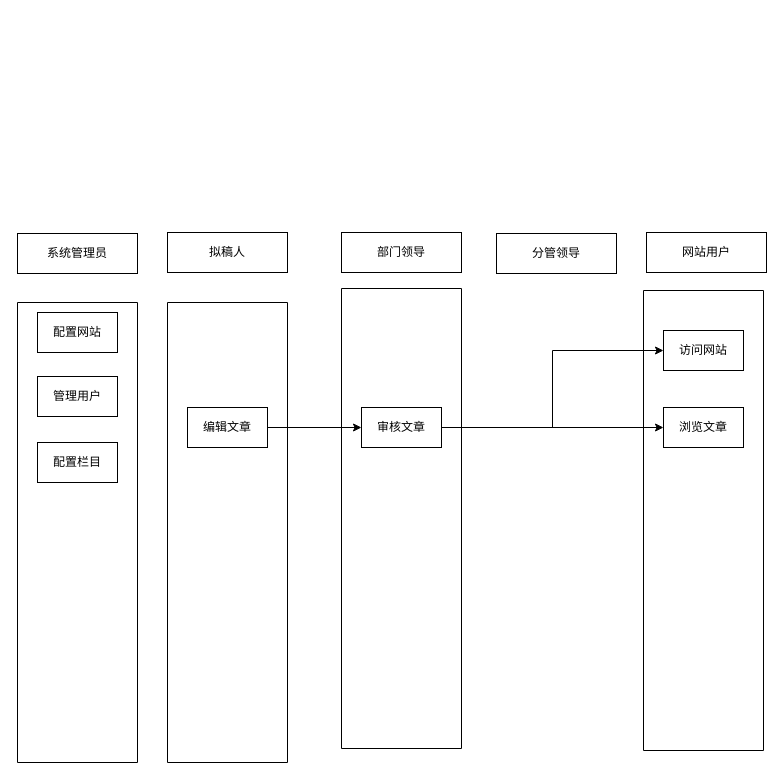
Above: 业务流程.drawio in zhangfengman/autoJs (draw.io), before the change. Source tidied: cells renumbered, new cells numbered last; positions are measured from the earlier drawing's top-left corner, leaving out a move shared by most shapes. Both pictures are drawn from the tidied source at 100%, with x=0, y=0 at pixel (17, 232).
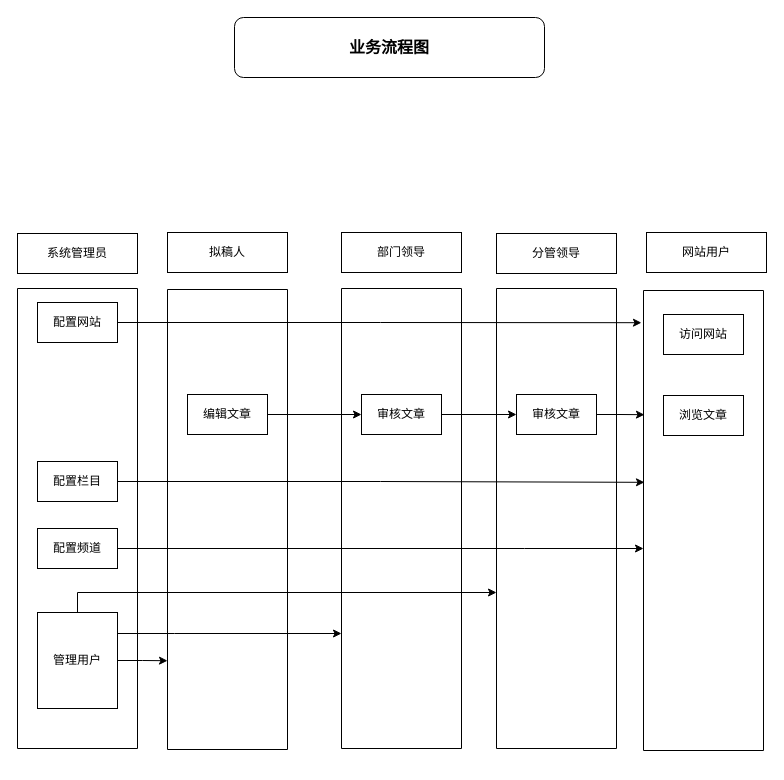
Above is the later version.

Commit message:
更新业务流程.drawio

Unchanged cells that the change refers to:
```xml
<mxCell id="2" style="swimlane;startSize=0;" parent="1" vertex="1">
  <mxGeometry x="324" y="56" width="120" height="460" as="geometry" />
</mxCell>
<mxCell id="7" style="swimlane;startSize=0;" parent="1" vertex="1">
  <mxGeometry x="626" y="58" width="120" height="460" as="geometry" />
</mxCell>
```

The edit, as a diff of the source:
```diff
@@
     <mxCell id="3" value="审核文章" style="rounded=0;whiteSpace=wrap;html=1;" parent="2" vertex="1">
-      <mxGeometry x="20" y="119" width="80" height="40" as="geometry" />
+      <mxGeometry x="20" y="106" width="80" height="40" as="geometry" />
     </mxCell>
@@
     <mxCell id="8" value="访问网站" style="rounded=0;whiteSpace=wrap;html=1;" parent="7" vertex="1">
-      <mxGeometry x="20" y="40" width="80" height="40" as="geometry" />
+      <mxGeometry x="20" y="24" width="80" height="40" as="geometry" />
     </mxCell>
     <mxCell id="9" value="浏览文章" style="rounded=0;whiteSpace=wrap;html=1;" parent="7" vertex="1">
-      <mxGeometry x="20" y="117" width="80" height="40" as="geometry" />
+      <mxGeometry x="20" y="105" width="80" height="40" as="geometry" />
     </mxCell>
     <mxCell id="10" style="swimlane;startSize=0;" parent="1" vertex="1">
-      <mxGeometry x="150" y="70" width="120" height="460" as="geometry" />
+      <mxGeometry x="150" y="57" width="120" height="460" as="geometry" />
     </mxCell>
@@
     <mxCell id="13" style="swimlane;startSize=0;" parent="1" vertex="1">
-      <mxGeometry y="70" width="120" height="460" as="geometry" />
+      <mxGeometry y="56" width="120" height="460" as="geometry" />
     </mxCell>
     <mxCell id="14" value="配置栏目" style="rounded=0;whiteSpace=wrap;html=1;" parent="13" vertex="1">
-      <mxGeometry x="20" y="140" width="80" height="40" as="geometry" />
+      <mxGeometry x="20" y="173" width="80" height="40" as="geometry" />
     </mxCell>
     <mxCell id="15" value="配置网站" style="rounded=0;whiteSpace=wrap;html=1;" parent="13" vertex="1">
-      <mxGeometry x="20" y="10" width="80" height="40" as="geometry" />
+      <mxGeometry x="20" y="14" width="80" height="40" as="geometry" />
     </mxCell>
     <mxCell id="16" value="管理用户" style="rounded=0;whiteSpace=wrap;html=1;" parent="13" vertex="1">
-      <mxGeometry x="20" y="74" width="80" height="40" as="geometry" />
+      <mxGeometry x="20" y="324" width="80" height="96" as="geometry" />
     </mxCell>
+    <mxCell id="21" value="配置频道" style="rounded=0;whiteSpace=wrap;html=1;" parent="13" vertex="1">
+      <mxGeometry x="20" y="240" width="80" height="40" as="geometry" />
+    </mxCell>
@@
-    <mxCell id="18" style="edgeStyle=orthogonalEdgeStyle;rounded=0;jettySize=auto;html=1;entryX=0;entryY=0.5;entryDx=0;entryDy=0;" parent="1" edge="1" source="3" target="8">
-      <mxGeometry relative="1" as="geometry" />
-    </mxCell>
-    <mxCell id="19" style="edgeStyle=orthogonalEdgeStyle;rounded=0;jettySize=auto;html=1;entryX=0;entryY=0.5;entryDx=0;entryDy=0;" parent="1" edge="1" source="3" target="9">
-      <mxGeometry relative="1" as="geometry" />
-    </mxCell>
@@
+    <mxCell id="22" value="审核文章" style="rounded=0;whiteSpace=wrap;html=1;" parent="1" vertex="1">
+      <mxGeometry x="499" y="162" width="80" height="40" as="geometry" />
+    </mxCell>
+    <mxCell id="23" style="swimlane;startSize=0;" parent="1" vertex="1">
+      <mxGeometry x="479" y="56" width="120" height="460" as="geometry" />
+    </mxCell>
+    <mxCell id="24" style="edgeStyle=orthogonalEdgeStyle;rounded=0;jettySize=auto;html=1;" parent="1" edge="1" source="3" target="22">
+      <mxGeometry relative="1" as="geometry" />
+    </mxCell>
+    <mxCell id="25" style="edgeStyle=orthogonalEdgeStyle;rounded=0;jettySize=auto;html=1;entryX=0.008;entryY=0.27;entryDx=0;entryDy=0;entryPerimeter=0;" parent="1" edge="1" source="22" target="7">
+      <mxGeometry relative="1" as="geometry" />
+    </mxCell>
+    <mxCell id="26" style="edgeStyle=orthogonalEdgeStyle;rounded=0;jettySize=auto;html=1;entryX=-0.017;entryY=0.07;entryDx=0;entryDy=0;entryPerimeter=0;" parent="1" edge="1" source="15" target="7">
+      <mxGeometry relative="1" as="geometry" />
+    </mxCell>
+    <mxCell id="27" style="edgeStyle=orthogonalEdgeStyle;rounded=0;jettySize=auto;html=1;entryX=0.008;entryY=0.417;entryDx=0;entryDy=0;entryPerimeter=0;" parent="1" edge="1" source="14" target="7">
+      <mxGeometry relative="1" as="geometry" />
+    </mxCell>
+    <mxCell id="28" style="edgeStyle=orthogonalEdgeStyle;rounded=0;jettySize=auto;html=1;" parent="1" edge="1" source="21" target="7">
+      <mxGeometry relative="1" as="geometry">
+        <Array as="points">
+          <mxPoint x="507" y="316" />
+          <mxPoint x="507" y="316" />
+        </Array>
+      </mxGeometry>
+    </mxCell>
+    <mxCell id="29" style="edgeStyle=orthogonalEdgeStyle;rounded=0;jettySize=auto;html=1;" parent="1" edge="1" source="16" target="23">
+      <mxGeometry relative="1" as="geometry">
+        <Array as="points">
+          <mxPoint x="60" y="360" />
+        </Array>
+      </mxGeometry>
+    </mxCell>
+    <mxCell id="30" style="edgeStyle=orthogonalEdgeStyle;rounded=0;jettySize=auto;html=1;entryX=0;entryY=0.75;entryDx=0;entryDy=0;" parent="1" edge="1" source="16" target="2">
+      <mxGeometry relative="1" as="geometry">
+        <Array as="points">
+          <mxPoint x="157" y="401" />
+          <mxPoint x="157" y="401" />
+        </Array>
+      </mxGeometry>
+    </mxCell>
+    <mxCell id="31" style="edgeStyle=orthogonalEdgeStyle;rounded=0;jettySize=auto;html=1;exitX=1;exitY=0.5;exitDx=0;exitDy=0;entryX=0;entryY=0.807;entryDx=0;entryDy=0;entryPerimeter=0;" parent="1" edge="1" source="16" target="10">
+      <mxGeometry relative="1" as="geometry" />
+    </mxCell>
+    <mxCell id="32" value="&lt;b&gt;&lt;font style=&quot;font-size: 16px;&quot;&gt;业务流程图&lt;/font&gt;&lt;/b&gt;" style="rounded=1;whiteSpace=wrap;html=1;" parent="1" vertex="1">
+      <mxGeometry x="217" y="-215" width="310" height="60" as="geometry" />
+    </mxCell>
```
